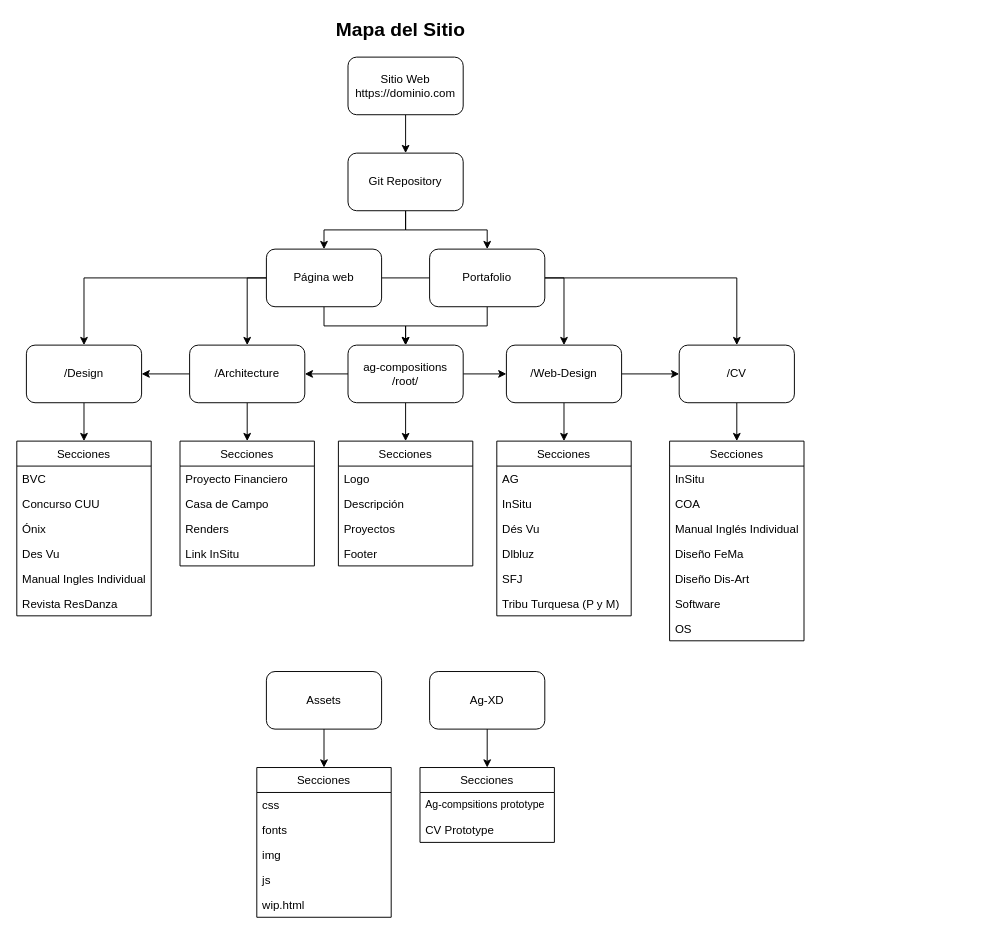
The draw.io diagram ag-compositions.drawio in AugustGray/ag-compositions, before the edit. Source tidied: cells renumbered, new cells numbered last; positions are measured from the earlier drawing's top-left corner, leaving out a move shared by most shapes. Both pictures are drawn from the tidied source at 96%, with x=0, y=0 at pixel (16, 18).
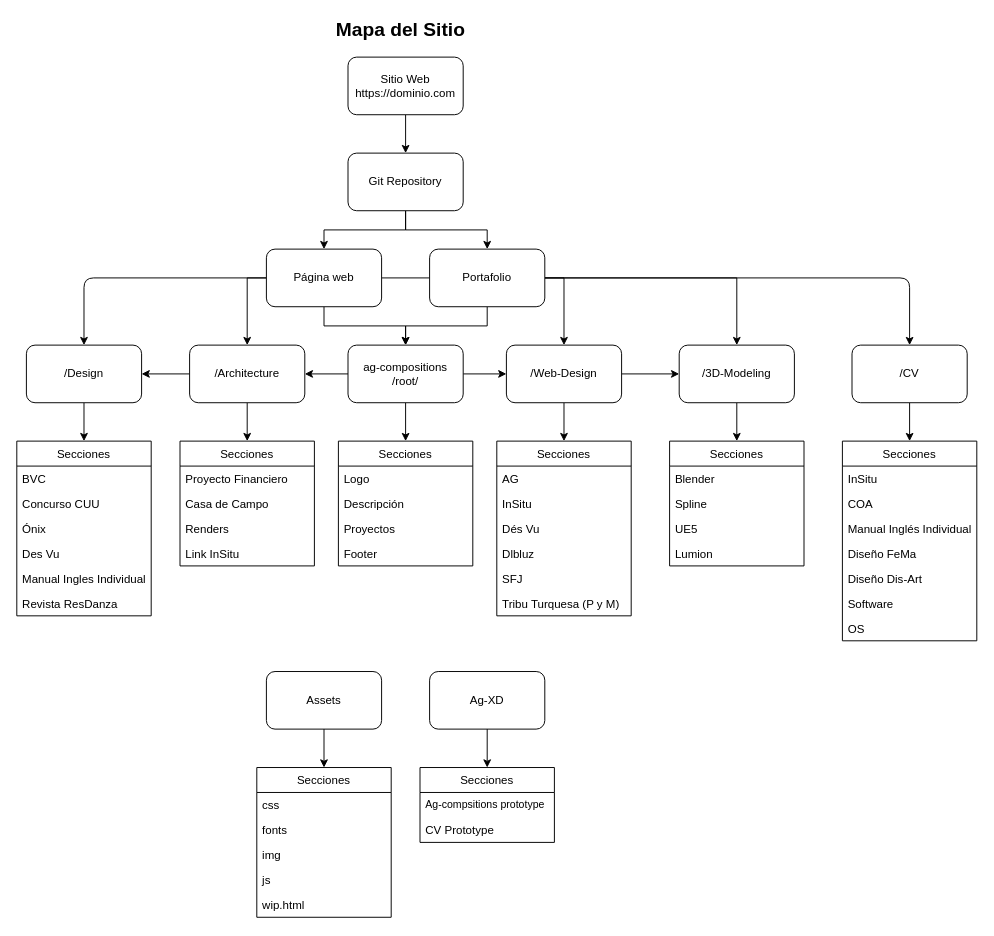
The same diagram, later.

Commit message (it also covers changes not shown here):
220505 - 3D modeling added to portfolio folders and drawio document + spline donut test

The change refers to these unchanged cells:
```xml
<mxCell id="8" value="Página web" style="rounded=1;whiteSpace=wrap;html=1;" parent="1" vertex="1">
  <mxGeometry x="260" y="240" width="120" height="60" as="geometry" />
</mxCell>
<mxCell id="38" value="/Design" style="rounded=1;whiteSpace=wrap;html=1;" parent="1" vertex="1">
  <mxGeometry x="10" y="340" width="120" height="60" as="geometry" />
</mxCell>
<mxCell id="62" value="Portafolio" style="rounded=1;whiteSpace=wrap;html=1;" parent="1" vertex="1">
  <mxGeometry x="430" y="240" width="120" height="60" as="geometry" />
</mxCell>
```

What changed in the source:
```diff
@@
-    <mxCell id="5" style="edgeStyle=orthogonalEdgeStyle;rounded=0;jettySize=auto;html=1;entryX=0.5;entryY=0;entryDx=0;entryDy=0;" parent="1" edge="1" source="8" target="38">
-      <mxGeometry relative="1" as="geometry" />
-    </mxCell>
@@
+    <mxCell id="5" style="edgeStyle=none;html=1;entryX=0.5;entryY=0;entryDx=0;entryDy=0;" parent="1" edge="1" source="8" target="38">
+      <mxGeometry relative="1" as="geometry">
+        <Array as="points">
+          <mxPoint x="70" y="270" />
+        </Array>
+      </mxGeometry>
+    </mxCell>
@@
-    <mxCell id="47" value="/CV" style="rounded=1;whiteSpace=wrap;html=1;" parent="1" vertex="1">
+    <mxCell id="47" value="/3D-Modeling" style="rounded=1;whiteSpace=wrap;html=1;" parent="1" vertex="1">
       <mxGeometry x="690" y="340" width="120" height="60" as="geometry" />
     </mxCell>
     <mxCell id="48" value="Secciones" style="swimlane;fontStyle=0;horizontal=1;startSize=26;" parent="1" vertex="1">
-      <mxGeometry x="680" y="440" width="140" height="208" as="geometry" />
+      <mxGeometry x="680" y="440" width="140" height="130" as="geometry" />
     </mxCell>
-    <mxCell id="49" value="InSitu" style="text;strokeColor=none;fillColor=none;align=left;verticalAlign=top;spacingLeft=4;spacingRight=4;overflow=hidden;" parent="48" vertex="1">
+    <mxCell id="49" value="Blender" style="text;strokeColor=none;fillColor=none;align=left;verticalAlign=top;spacingLeft=4;spacingRight=4;overflow=hidden;" parent="48" vertex="1">
       <mxGeometry y="26" width="140" height="26" as="geometry" />
     </mxCell>
-    <mxCell id="50" value="COA" style="text;strokeColor=none;fillColor=none;align=left;verticalAlign=top;spacingLeft=4;spacingRight=4;overflow=hidden;" parent="48" vertex="1">
+    <mxCell id="50" value="Spline" style="text;strokeColor=none;fillColor=none;align=left;verticalAlign=top;spacingLeft=4;spacingRight=4;overflow=hidden;" parent="48" vertex="1">
       <mxGeometry y="52" width="140" height="26" as="geometry" />
     </mxCell>
-    <mxCell id="51" value="Manual Inglés Individual" style="text;strokeColor=none;fillColor=none;align=left;verticalAlign=top;spacingLeft=4;spacingRight=4;overflow=hidden;" parent="48" vertex="1">
+    <mxCell id="51" value="UE5" style="text;strokeColor=none;fillColor=none;align=left;verticalAlign=top;spacingLeft=4;spacingRight=4;overflow=hidden;" parent="48" vertex="1">
       <mxGeometry y="78" width="140" height="26" as="geometry" />
     </mxCell>
-    <mxCell id="52" value="Diseño FeMa" style="text;strokeColor=none;fillColor=none;align=left;verticalAlign=top;spacingLeft=4;spacingRight=4;overflow=hidden;" parent="48" vertex="1">
-      <mxGeometry y="104" width="140" height="26" as="geometry" />
-    </mxCell>
-    <mxCell id="53" value="Diseño Dis-Art" style="text;strokeColor=none;fillColor=none;align=left;verticalAlign=top;spacingLeft=4;spacingRight=4;overflow=hidden;" parent="48" vertex="1">
-      <mxGeometry y="130" width="140" height="26" as="geometry" />
-    </mxCell>
-    <mxCell id="54" value="Software" style="text;strokeColor=none;fillColor=none;align=left;verticalAlign=top;spacingLeft=4;spacingRight=4;overflow=hidden;" parent="48" vertex="1">
-      <mxGeometry y="156" width="140" height="26" as="geometry" />
+    <mxCell id="54" value="Lumion" style="text;strokeColor=none;fillColor=none;align=left;verticalAlign=top;spacingLeft=4;spacingRight=4;overflow=hidden;" parent="48" vertex="1">
+      <mxGeometry y="104" width="140" height="26" as="geometry" />
     </mxCell>
-    <mxCell id="55" value="OS" style="text;strokeColor=none;fillColor=none;align=left;verticalAlign=top;spacingLeft=4;spacingRight=4;overflow=hidden;" parent="48" vertex="1">
-      <mxGeometry y="182" width="140" height="26" as="geometry" />
-    </mxCell>
@@
+    <mxCell id="76" style="edgeStyle=none;html=1;entryX=0.5;entryY=0;entryDx=0;entryDy=0;" parent="1" edge="1" source="62" target="78">
+      <mxGeometry relative="1" as="geometry">
+        <Array as="points">
+          <mxPoint x="930" y="270" />
+        </Array>
+      </mxGeometry>
+    </mxCell>
@@
+    <mxCell id="77" style="edgeStyle=orthogonalEdgeStyle;rounded=0;jettySize=auto;html=1;entryX=0.5;entryY=0;entryDx=0;entryDy=0;" parent="1" edge="1" source="78" target="79">
+      <mxGeometry relative="1" as="geometry" />
+    </mxCell>
+    <mxCell id="78" value="/CV" style="rounded=1;whiteSpace=wrap;html=1;" parent="1" vertex="1">
+      <mxGeometry x="870" y="340" width="120" height="60" as="geometry" />
+    </mxCell>
+    <mxCell id="79" value="Secciones" style="swimlane;fontStyle=0;horizontal=1;startSize=26;" parent="1" vertex="1">
+      <mxGeometry x="860" y="440" width="140" height="208" as="geometry" />
+    </mxCell>
+    <mxCell id="80" value="InSitu" style="text;strokeColor=none;fillColor=none;align=left;verticalAlign=top;spacingLeft=4;spacingRight=4;overflow=hidden;" parent="79" vertex="1">
+      <mxGeometry y="26" width="140" height="26" as="geometry" />
+    </mxCell>
+    <mxCell id="81" value="COA" style="text;strokeColor=none;fillColor=none;align=left;verticalAlign=top;spacingLeft=4;spacingRight=4;overflow=hidden;" parent="79" vertex="1">
+      <mxGeometry y="52" width="140" height="26" as="geometry" />
+    </mxCell>
+    <mxCell id="82" value="Manual Inglés Individual" style="text;strokeColor=none;fillColor=none;align=left;verticalAlign=top;spacingLeft=4;spacingRight=4;overflow=hidden;" parent="79" vertex="1">
+      <mxGeometry y="78" width="140" height="26" as="geometry" />
+    </mxCell>
+    <mxCell id="52" value="Diseño FeMa" style="text;strokeColor=none;fillColor=none;align=left;verticalAlign=top;spacingLeft=4;spacingRight=4;overflow=hidden;" parent="79" vertex="1">
+      <mxGeometry y="104" width="140" height="26" as="geometry" />
+    </mxCell>
+    <mxCell id="53" value="Diseño Dis-Art" style="text;strokeColor=none;fillColor=none;align=left;verticalAlign=top;spacingLeft=4;spacingRight=4;overflow=hidden;" parent="79" vertex="1">
+      <mxGeometry y="130" width="140" height="26" as="geometry" />
+    </mxCell>
+    <mxCell id="83" value="Software" style="text;strokeColor=none;fillColor=none;align=left;verticalAlign=top;spacingLeft=4;spacingRight=4;overflow=hidden;" parent="79" vertex="1">
+      <mxGeometry y="156" width="140" height="26" as="geometry" />
+    </mxCell>
+    <mxCell id="55" value="OS" style="text;strokeColor=none;fillColor=none;align=left;verticalAlign=top;spacingLeft=4;spacingRight=4;overflow=hidden;" parent="79" vertex="1">
+      <mxGeometry y="182" width="140" height="26" as="geometry" />
+    </mxCell>
```
